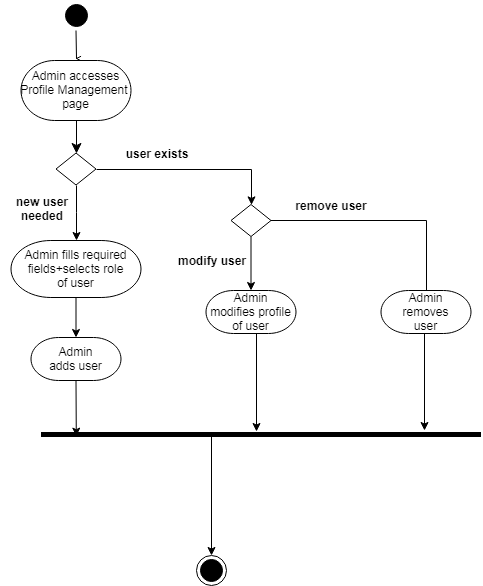
Earlier version of the draw.io export Diagrams/Activity Diagrams/Admin-Profile Management.png (esmoqi16/TMS). Source tidied: cells renumbered, new cells last; positions are measured from the earlier drawing's top-left corner, leaving out a move shared by most shapes.
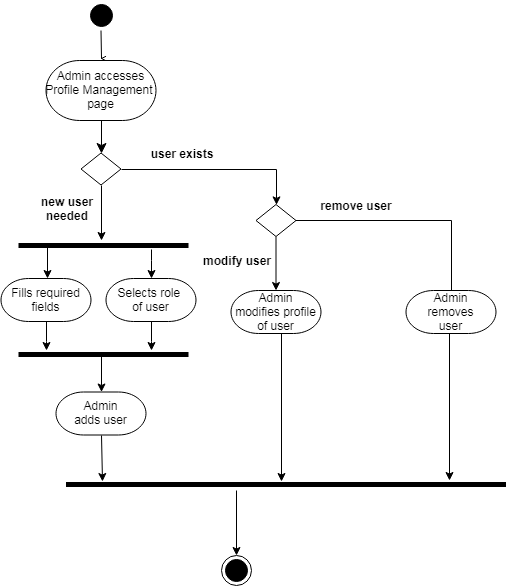
Above is the later version.

What changed in the source:
```diff
@@ -2,12 +2,13 @@
   <root>
     <mxCell id="0" />
     <mxCell id="1" parent="0" />
-    <mxCell id="2" style="edgeStyle=orthogonalEdgeStyle;rounded=0;jettySize=auto;html=1;endArrow=classic;endFill=1;strokeColor=#000000;" parent="1" edge="1" source="3" target="6">
-      <mxGeometry relative="1" as="geometry" />
+    <mxCell id="2" style="edgeStyle=orthogonalEdgeStyle;rounded=0;jettySize=auto;html=1;endArrow=classic;endFill=1;strokeColor=#000000;exitX=0.546;exitY=0.75;exitDx=0;exitDy=0;exitPerimeter=0;" parent="1" edge="1" source="28" target="6">
+      <mxGeometry relative="1" as="geometry">
+        <Array as="points">
+          <mxPoint x="75" y="356" />
+        </Array>
+      </mxGeometry>
     </mxCell>
-    <mxCell id="3" value="Admin fills required&#10;fields+selects role &#10;of user" style="shape=mxgraph.flowchart.terminator;strokeWidth=1;" parent="1" vertex="1">
-      <mxGeometry x="9.5" y="240" width="130" height="57" as="geometry" />
-    </mxCell>
     <mxCell id="4" style="edgeStyle=elbowEdgeStyle;elbow=horizontal;verticalAlign=bottom;endArrow=open;endSize=8;strokeColor=#000000;endFill=1;rounded=0;" parent="1" edge="1" source="12">
       <mxGeometry x="993.5" y="180" as="geometry">
         <mxPoint x="74.5" y="58" as="targetPoint" />
@@ -19,25 +20,21 @@
       </mxGeometry>
     </mxCell>
     <mxCell id="6" value="&#10;Admin &#10;adds user&#10;" style="shape=mxgraph.flowchart.terminator;strokeWidth=1;" parent="1" vertex="1">
-      <mxGeometry x="29.5" y="337" width="90" height="43" as="geometry" />
+      <mxGeometry x="29.5" y="391.5" width="90" height="43" as="geometry" />
     </mxCell>
-    <mxCell id="7" style="edgeStyle=orthogonalEdgeStyle;rounded=0;orthogonalLoop=1;jettySize=auto;html=1;strokeColor=#000000;entryX=0.489;entryY=0.118;entryDx=0;entryDy=0;entryPerimeter=0;" parent="1" edge="1">
+    <mxCell id="7" style="edgeStyle=orthogonalEdgeStyle;rounded=0;jettySize=auto;html=1;strokeColor=#000000;entryX=0.49;entryY=0.125;entryDx=0;entryDy=0;entryPerimeter=0;" parent="1" edge="1" target="22">
       <mxGeometry relative="1" as="geometry">
         <mxPoint x="249.9" y="333.3" as="sourcePoint" />
-        <mxPoint x="254.6" y="430.9" as="targetPoint" />
         <Array as="points">
-          <mxPoint x="254.5" y="333" />
+          <mxPoint x="255" y="333" />
         </Array>
       </mxGeometry>
     </mxCell>
     <mxCell id="8" value="&#10;Admin &#10;modifies profile &#10;of user&#10;" style="shape=mxgraph.flowchart.terminator;strokeWidth=1;" parent="1" vertex="1">
       <mxGeometry x="204.5" y="290" width="90" height="43" as="geometry" />
     </mxCell>
-    <mxCell id="9" style="endArrow=classic;strokeColor=#000000;endFill=1;rounded=0;entryX=0.085;entryY=0.706;entryDx=0;entryDy=0;entryPerimeter=0;" parent="1" edge="1">
-      <mxGeometry relative="1" as="geometry">
-        <mxPoint x="74.5" y="380" as="sourcePoint" />
-        <mxPoint x="74.8" y="435.6" as="targetPoint" />
-      </mxGeometry>
+    <mxCell id="9" style="endArrow=classic;strokeColor=#000000;endFill=1;rounded=0;entryX=0.083;entryY=0.125;entryDx=0;entryDy=0;entryPerimeter=0;exitX=0.5;exitY=1;exitDx=0;exitDy=0;exitPerimeter=0;" parent="1" edge="1" source="6" target="22">
+      <mxGeometry relative="1" as="geometry" />
     </mxCell>
     <mxCell id="10" style="ellipse;html=1;shape=endState;fillColor=#000000;strokeColor=#000000;" parent="1" vertex="1">
       <mxGeometry x="194.5" y="555" width="30" height="30" as="geometry" />
@@ -48,8 +45,10 @@
     <mxCell id="12" style="ellipse;html=1;shape=startState;fillColor=#000000;strokeColor=#000000;" parent="1" vertex="1">
       <mxGeometry x="59.5" width="30" height="30" as="geometry" />
     </mxCell>
-    <mxCell id="13" style="edgeStyle=orthogonalEdgeStyle;rounded=0;jettySize=auto;html=1;strokeColor=#000000;exitX=0.5;exitY=1;exitDx=0;exitDy=0;" parent="1" edge="1" source="18" target="3">
-      <mxGeometry relative="1" as="geometry" />
+    <mxCell id="13" style="edgeStyle=orthogonalEdgeStyle;rounded=0;jettySize=auto;html=1;strokeColor=#000000;exitX=0.5;exitY=1;exitDx=0;exitDy=0;" parent="1" edge="1" source="18">
+      <mxGeometry relative="1" as="geometry">
+        <mxPoint x="75" y="240" as="targetPoint" />
+      </mxGeometry>
     </mxCell>
     <mxCell id="14" style="edgeStyle=orthogonalEdgeStyle;rounded=0;jettySize=auto;html=1;strokeColor=#000000;exitX=1;exitY=0.5;exitDx=0;exitDy=0;" parent="1" edge="1" source="18" target="17">
       <mxGeometry relative="1" as="geometry">
@@ -85,7 +84,7 @@
       <mxGeometry x="289.5" y="190" width="80" height="30" as="geometry" />
     </mxCell>
     <mxCell id="22" style="line;strokeWidth=5;fillColor=none;align=left;verticalAlign=middle;spacingTop=-1;spacingLeft=3;spacingRight=3;labelPosition=right;points=[];portConstraint=eastwest;rounded=0;comic=0;" parent="1" vertex="1">
-      <mxGeometry x="39.5" y="430" width="440" height="8" as="geometry" />
+      <mxGeometry x="39.5" y="480" width="440" height="8" as="geometry" />
     </mxCell>
     <mxCell id="23" style="edgeStyle=orthogonalEdgeStyle;rounded=0;jettySize=auto;html=1;strokeColor=#000000;exitX=0.5;exitY=1;exitDx=0;exitDy=0;exitPerimeter=0;" parent="1" edge="1" target="22">
       <mxGeometry relative="1" as="geometry">
@@ -101,13 +100,48 @@
     <mxCell id="25" value="&lt;b&gt;new user&lt;br&gt;needed&lt;br&gt;&lt;/b&gt;" style="text;html=1;strokeColor=none;fillColor=none;align=center;verticalAlign=middle;whiteSpace=wrap;rounded=0;" parent="1" vertex="1">
       <mxGeometry x="-0.5" y="193" width="80" height="30" as="geometry" />
     </mxCell>
-    <mxCell id="26" style="edgeStyle=orthogonalEdgeStyle;rounded=0;jettySize=auto;html=1;strokeColor=#000000;entryX=0.5;entryY=0;entryDx=0;entryDy=0;" parent="1" edge="1" target="10">
-      <mxGeometry relative="1" as="geometry">
-        <mxPoint x="205.2" y="434.5" as="sourcePoint" />
-        <Array as="points">
-          <mxPoint x="209.5" y="434" />
-        </Array>
-      </mxGeometry>
-    </mxCell>
+    <mxCell id="27" style="line;strokeWidth=5;fillColor=none;align=left;verticalAlign=middle;spacingTop=-1;spacingLeft=3;spacingRight=3;labelPosition=right;points=[];portConstraint=eastwest;" parent="1" vertex="1">
+      <mxGeometry x="-8" y="241" width="170" height="8" as="geometry" />
+    </mxCell>
+    <mxCell id="28" style="line;strokeWidth=5;fillColor=none;align=left;verticalAlign=middle;spacingTop=-1;spacingLeft=3;spacingRight=3;labelPosition=right;points=[];portConstraint=eastwest;" parent="1" vertex="1">
+      <mxGeometry x="-8" y="350" width="170" height="8" as="geometry" />
+    </mxCell>
+    <mxCell id="29" style="endArrow=classic;strokeColor=#000000;endFill=1;rounded=0;entryX=0.5;entryY=0;entryDx=0;entryDy=0;" parent="1" edge="1" target="10">
+      <mxGeometry relative="1" as="geometry">
+        <mxPoint x="210" y="490" as="sourcePoint" />
+      </mxGeometry>
+    </mxCell>
+    <mxCell id="30" style="edgeStyle=orthogonalEdgeStyle;rounded=0;jettySize=auto;html=1;" parent="1" edge="1" source="31">
+      <mxGeometry relative="1" as="geometry">
+        <mxPoint x="20" y="350" as="targetPoint" />
+      </mxGeometry>
+    </mxCell>
+    <mxCell id="31" value="&#10;Fills required&#10;fields&#10;" style="shape=mxgraph.flowchart.terminator;strokeWidth=1;" parent="1" vertex="1">
+      <mxGeometry x="-25.5" y="278" width="90" height="43" as="geometry" />
+    </mxCell>
+    <mxCell id="32" style="edgeStyle=orthogonalEdgeStyle;rounded=0;jettySize=auto;html=1;" parent="1" edge="1" source="33">
+      <mxGeometry relative="1" as="geometry">
+        <mxPoint x="125" y="350" as="targetPoint" />
+      </mxGeometry>
+    </mxCell>
+    <mxCell id="33" value="&#10;Selects role &#10;of user&#10;" style="shape=mxgraph.flowchart.terminator;strokeWidth=1;" parent="1" vertex="1">
+      <mxGeometry x="79.5" y="278" width="90" height="43" as="geometry" />
+    </mxCell>
+    <mxCell id="34" style="edgeStyle=orthogonalEdgeStyle;rounded=0;jettySize=auto;html=1;endArrow=classic;endFill=1;strokeColor=#000000;exitX=0.171;exitY=0.5;exitDx=0;exitDy=0;exitPerimeter=0;" parent="1" edge="1" source="27">
+      <mxGeometry relative="1" as="geometry">
+        <mxPoint x="21" y="278" as="targetPoint" />
+        <Array as="points">
+          <mxPoint x="21" y="278" />
+        </Array>
+      </mxGeometry>
+    </mxCell>
+    <mxCell id="35" style="edgeStyle=orthogonalEdgeStyle;rounded=0;jettySize=auto;html=1;endArrow=classic;endFill=1;strokeColor=#000000;" parent="1" edge="1" source="27" target="33">
+      <mxGeometry relative="1" as="geometry">
+        <Array as="points">
+          <mxPoint x="125" y="260" />
+          <mxPoint x="125" y="260" />
+        </Array>
+      </mxGeometry>
+    </mxCell>
   </root>
 </mxGraphModel>
```
